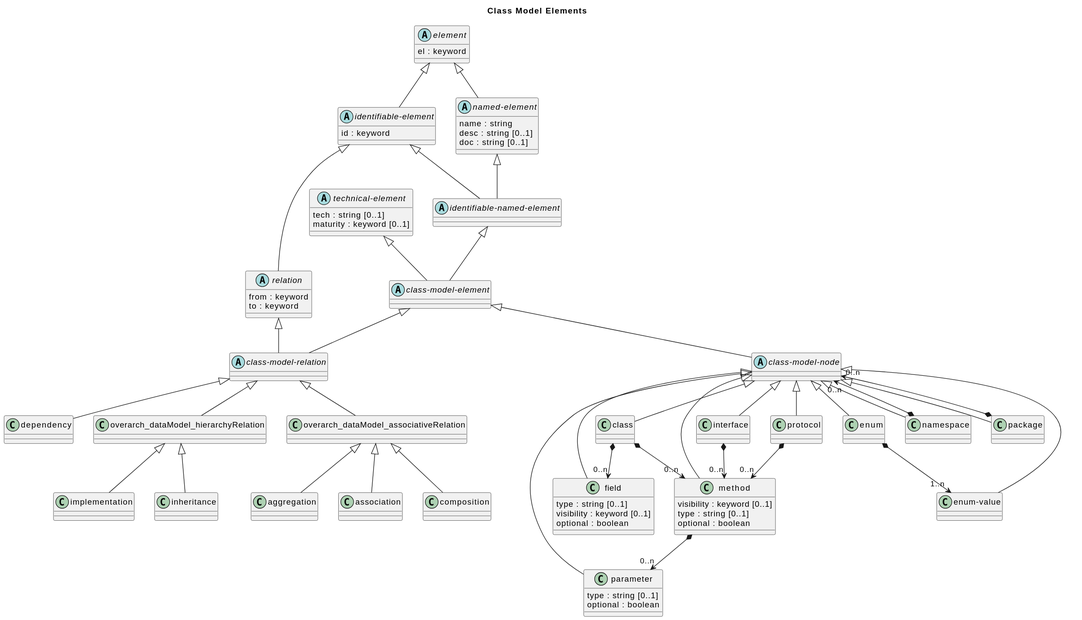
The PlantUML diagram doc/images/overarch/data-model/code-model-elements.svg in soulspace-org/overarch, before a commit. Source of this version:
```plantuml
@startuml
title Class Model Elements

class "aggregation" as overarch_dataModel_aggregation {}
abstract class "identifiable-named-element" as overarch_dataModel_identifiableNamedElement {}
abstract class "class-model-relation" as overarch_dataModel_classModelRelation {}
class "namespace" as overarch_dataModel_namespace {}
abstract class "element" as overarch_dataModel_element {
  el : keyword
}
class "association" as overarch_dataModel_association {}
class "parameter" as overarch_dataModel_parameter {
  type : string [0..1]
  optional : boolean
}
class "package" as overarch_dataModel_package {}
class "method" as overarch_dataModel_method {
  visibility : keyword [0..1]
  type : string [0..1]
  optional : boolean
}
abstract class "relation" as overarch_dataModel_relation {
  from : keyword
  to : keyword
}
abstract class "class-model-node" as overarch_dataModel_classModelNode {}
abstract class "named-element" as overarch_dataModel_namedElement {
  name : string
  desc : string [0..1]
  doc : string [0..1]
}
abstract class "class-model-element" as overarch_dataModel_classModelElement {}
abstract class "identifiable-element" as overarch_dataModel_identifiableElement {
  id : keyword
}
class "enum-value" as overarch_dataModel_enumValue {}
class "dependency" as overarch_dataModel_dependency {}
class "composition" as overarch_dataModel_composition {}
class "implementation" as overarch_dataModel_implementation {}
abstract class "technical-element" as overarch_dataModel_technicalElement {
  tech : string [0..1]
  maturity : keyword [0..1]
}
class "inheritance" as overarch_dataModel_inheritance {}
class "interface" as overarch_dataModel_interface {}
class "protocol" as overarch_dataModel_protocol {}
class "enum" as overarch_dataModel_enum {}
class "class" as overarch_dataModel_class {}
class "field" as overarch_dataModel_field {
  type : string [0..1]
  visibility : keyword [0..1]
  optional : boolean
}
overarch_dataModel_element <|-- overarch_dataModel_identifiableElement
overarch_dataModel_element <|-- overarch_dataModel_namedElement
overarch_dataModel_identifiableElement <|-- overarch_dataModel_identifiableNamedElement
overarch_dataModel_namedElement <|-- overarch_dataModel_identifiableNamedElement
overarch_dataModel_identifiableElement <|-- overarch_dataModel_relation
overarch_dataModel_identifiableNamedElement <|-- overarch_dataModel_classModelElement
overarch_dataModel_technicalElement <|-- overarch_dataModel_classModelElement
overarch_dataModel_classModelElement <|-- overarch_dataModel_classModelNode
overarch_dataModel_classModelElement <|-- overarch_dataModel_classModelRelation
overarch_dataModel_relation <|-- overarch_dataModel_classModelRelation
overarch_dataModel_classModelNode <|-- overarch_dataModel_package
overarch_dataModel_package *-->  "0..n" overarch_dataModel_classModelNode
overarch_dataModel_classModelNode <|-- overarch_dataModel_namespace
overarch_dataModel_namespace *-->  "0..n" overarch_dataModel_classModelNode
overarch_dataModel_classModelNode <|-- overarch_dataModel_interface
overarch_dataModel_interface *-->  "0..n" overarch_dataModel_method
overarch_dataModel_classModelNode <|-- overarch_dataModel_protocol
overarch_dataModel_protocol *-->  "0..n" overarch_dataModel_method
overarch_dataModel_classModelNode <|-- overarch_dataModel_class
overarch_dataModel_classModelNode <|-- overarch_dataModel_field
overarch_dataModel_class *-->  "0..n" overarch_dataModel_field
overarch_dataModel_classModelNode <|-- overarch_dataModel_method
overarch_dataModel_class *-->  "0..n" overarch_dataModel_method
overarch_dataModel_classModelNode <|-- overarch_dataModel_parameter
overarch_dataModel_method *-->  "0..n" overarch_dataModel_parameter
overarch_dataModel_classModelNode <|-- overarch_dataModel_enum
overarch_dataModel_enum *-->  "1..n" overarch_dataModel_enumValue
overarch_dataModel_classModelNode <|-- overarch_dataModel_enumValue
overarch_dataModel_classModelRelation <|-- overarch_dataModel_hierarchyRelation
overarch_dataModel_classModelRelation <|-- overarch_dataModel_associativeRelation
overarch_dataModel_hierarchyRelation <|-- overarch_dataModel_implementation
overarch_dataModel_hierarchyRelation <|-- overarch_dataModel_inheritance
overarch_dataModel_associativeRelation <|-- overarch_dataModel_composition
overarch_dataModel_associativeRelation <|-- overarch_dataModel_aggregation
overarch_dataModel_associativeRelation <|-- overarch_dataModel_association
overarch_dataModel_classModelRelation <|-- overarch_dataModel_dependency
@enduml
```
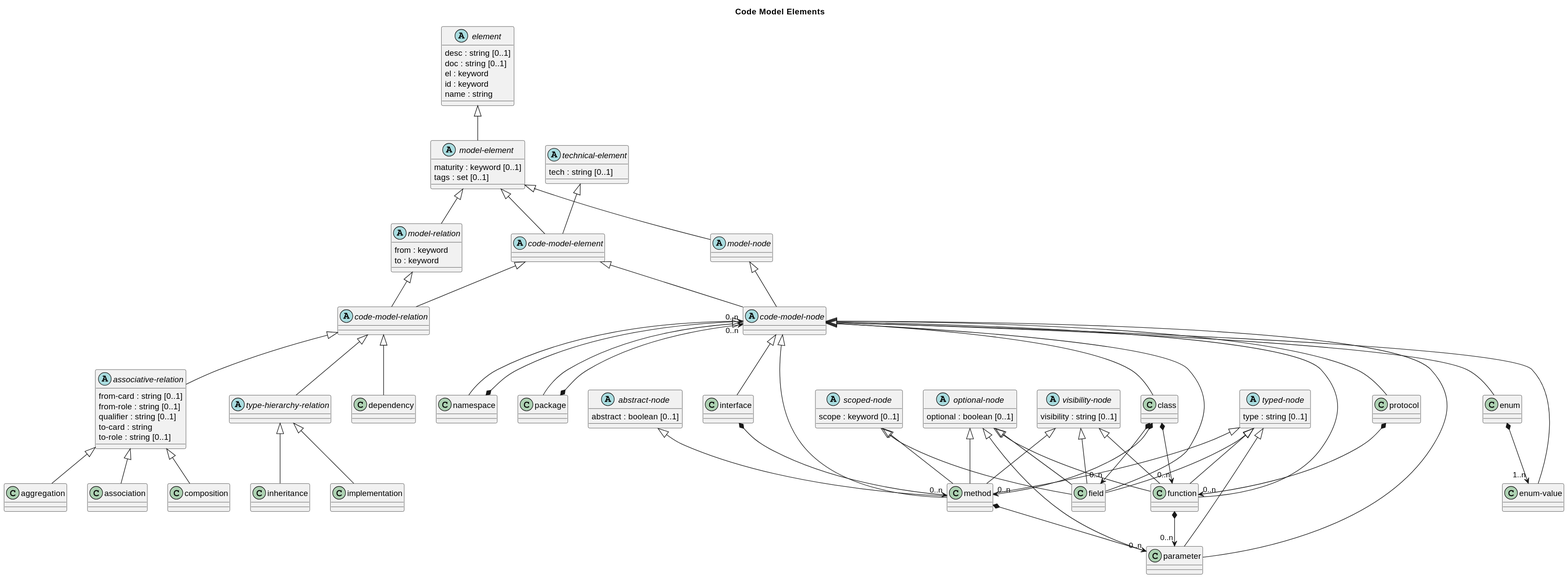
Later version of the same file.

Commit message:
updated data-model diagrams

What changed in the source:
```diff
@@ -1,90 +1,118 @@
 @startuml
-title Class Model Elements
+title Code Model Elements
 
 class "aggregation" as overarch_dataModel_aggregation {}
-abstract class "identifiable-named-element" as overarch_dataModel_identifiableNamedElement {}
-abstract class "class-model-relation" as overarch_dataModel_classModelRelation {}
+abstract class "technical-element" as overarch_dataModel_technicalElement {
+  tech : string [0..1]
+}
+class "method" as overarch_dataModel_method {}
+abstract class "type-hierarchy-relation" as overarch_dataModel_typeHierarchyRelation {}
+class "enum-value" as overarch_dataModel_enumValue {}
+class "field" as overarch_dataModel_field {}
+class "inheritance" as overarch_dataModel_inheritance {}
+abstract class "element" as overarch_dataModel_element {
+  desc : string [0..1]
+  doc : string [0..1]
+  el : keyword
+  id : keyword
+  name : string
+}
+class "function" as overarch_dataModel_function {}
+class "parameter" as overarch_dataModel_parameter {}
 class "namespace" as overarch_dataModel_namespace {}
-abstract class "element" as overarch_dataModel_element {
-  el : keyword
+class "association" as overarch_dataModel_association {}
+abstract class "visibility-node" as overarch_dataModel_visibilityNode {
+  visibility : string [0..1]
 }
-class "association" as overarch_dataModel_association {}
-class "parameter" as overarch_dataModel_parameter {
-  type : string [0..1]
-  optional : boolean
+abstract class "abstract-node" as overarch_dataModel_abstractNode {
+  abstract : boolean [0..1]
+}
+abstract class "scoped-node" as overarch_dataModel_scopedNode {
+  scope : keyword [0..1]
+}
+class "interface" as overarch_dataModel_interface {}
+abstract class "optional-node" as overarch_dataModel_optionalNode {
+  optional : boolean [0..1]
 }
 class "package" as overarch_dataModel_package {}
-class "method" as overarch_dataModel_method {
-  visibility : keyword [0..1]
-  type : string [0..1]
-  optional : boolean
-}
-abstract class "relation" as overarch_dataModel_relation {
+abstract class "model-node" as overarch_dataModel_modelNode {}
+class "enum" as overarch_dataModel_enum {}
+abstract class "model-relation" as overarch_dataModel_modelRelation {
   from : keyword
   to : keyword
 }
-abstract class "class-model-node" as overarch_dataModel_classModelNode {}
-abstract class "named-element" as overarch_dataModel_namedElement {
-  name : string
-  desc : string [0..1]
-  doc : string [0..1]
+abstract class "associative-relation" as overarch_dataModel_associativeRelation {
+  from-card : string [0..1]
+  from-role : string [0..1]
+  qualifier : string [0..1]
+  to-card : string
+  to-role : string [0..1]
 }
-abstract class "class-model-element" as overarch_dataModel_classModelElement {}
-abstract class "identifiable-element" as overarch_dataModel_identifiableElement {
-  id : keyword
+abstract class "code-model-relation" as overarch_dataModel_codeModelRelation {}
+class "composition" as overarch_dataModel_composition {}
+abstract class "code-model-node" as overarch_dataModel_codeModelNode {}
+abstract class "model-element" as overarch_dataModel_modelElement {
+  maturity : keyword [0..1]
+  tags : set [0..1]
 }
-class "enum-value" as overarch_dataModel_enumValue {}
+class "class" as overarch_dataModel_class {}
+abstract class "typed-node" as overarch_dataModel_typedNode {
+  type : string [0..1]
+}
+class "implementation" as overarch_dataModel_implementation {}
 class "dependency" as overarch_dataModel_dependency {}
-class "composition" as overarch_dataModel_composition {}
-class "implementation" as overarch_dataModel_implementation {}
-abstract class "technical-element" as overarch_dataModel_technicalElement {
-  tech : string [0..1]
-  maturity : keyword [0..1]
-}
-class "inheritance" as overarch_dataModel_inheritance {}
-class "interface" as overarch_dataModel_interface {}
 class "protocol" as overarch_dataModel_protocol {}
-class "enum" as overarch_dataModel_enum {}
-class "class" as overarch_dataModel_class {}
-class "field" as overarch_dataModel_field {
-  type : string [0..1]
-  visibility : keyword [0..1]
-  optional : boolean
-}
-overarch_dataModel_element <|-- overarch_dataModel_identifiableElement
-overarch_dataModel_element <|-- overarch_dataModel_namedElement
-overarch_dataModel_identifiableElement <|-- overarch_dataModel_identifiableNamedElement
-overarch_dataModel_namedElement <|-- overarch_dataModel_identifiableNamedElement
-overarch_dataModel_identifiableElement <|-- overarch_dataModel_relation
-overarch_dataModel_identifiableNamedElement <|-- overarch_dataModel_classModelElement
-overarch_dataModel_technicalElement <|-- overarch_dataModel_classModelElement
-overarch_dataModel_classModelElement <|-- overarch_dataModel_classModelNode
-overarch_dataModel_classModelElement <|-- overarch_dataModel_classModelRelation
-overarch_dataModel_relation <|-- overarch_dataModel_classModelRelation
-overarch_dataModel_classModelNode <|-- overarch_dataModel_package
-overarch_dataModel_package *-->  "0..n" overarch_dataModel_classModelNode
-overarch_dataModel_classModelNode <|-- overarch_dataModel_namespace
-overarch_dataModel_namespace *-->  "0..n" overarch_dataModel_classModelNode
-overarch_dataModel_classModelNode <|-- overarch_dataModel_interface
+abstract class "code-model-element" as overarch_dataModel_codeModelElement {}
+overarch_dataModel_optionalNode <|-- overarch_dataModel_field
+overarch_dataModel_codeModelNode <|-- overarch_dataModel_class
+overarch_dataModel_namespace *-->  "0..n" overarch_dataModel_codeModelNode
+overarch_dataModel_technicalElement <|-- overarch_dataModel_codeModelElement
+overarch_dataModel_class *-->  "0..n" overarch_dataModel_function
+overarch_dataModel_codeModelNode <|-- overarch_dataModel_enumValue
+overarch_dataModel_codeModelNode <|-- overarch_dataModel_method
+overarch_dataModel_codeModelNode <|-- overarch_dataModel_interface
+overarch_dataModel_typedNode <|-- overarch_dataModel_function
+overarch_dataModel_element <|-- overarch_dataModel_modelElement
+overarch_dataModel_typedNode <|-- overarch_dataModel_field
 overarch_dataModel_interface *-->  "0..n" overarch_dataModel_method
-overarch_dataModel_classModelNode <|-- overarch_dataModel_protocol
-overarch_dataModel_protocol *-->  "0..n" overarch_dataModel_method
-overarch_dataModel_classModelNode <|-- overarch_dataModel_class
-overarch_dataModel_classModelNode <|-- overarch_dataModel_field
+overarch_dataModel_codeModelNode <|-- overarch_dataModel_enum
+overarch_dataModel_class *-->  "0..n" overarch_dataModel_method
+overarch_dataModel_modelElement <|-- overarch_dataModel_modelNode
+overarch_dataModel_modelNode <|-- overarch_dataModel_codeModelNode
+overarch_dataModel_codeModelRelation <|-- overarch_dataModel_dependency
+overarch_dataModel_codeModelNode <|-- overarch_dataModel_parameter
+overarch_dataModel_package *-->  "0..n" overarch_dataModel_codeModelNode
+overarch_dataModel_typeHierarchyRelation <|-- overarch_dataModel_implementation
+overarch_dataModel_codeModelRelation <|-- overarch_dataModel_associativeRelation
+overarch_dataModel_modelElement <|-- overarch_dataModel_modelRelation
+overarch_dataModel_codeModelElement <|-- overarch_dataModel_codeModelNode
+overarch_dataModel_codeModelNode <|-- overarch_dataModel_package
+overarch_dataModel_codeModelNode <|-- overarch_dataModel_field
+overarch_dataModel_codeModelNode <|-- overarch_dataModel_function
+overarch_dataModel_abstractNode <|-- overarch_dataModel_method
+overarch_dataModel_optionalNode <|-- overarch_dataModel_function
+overarch_dataModel_codeModelElement <|-- overarch_dataModel_codeModelRelation
+overarch_dataModel_protocol *-->  "0..n" overarch_dataModel_function
+overarch_dataModel_typedNode <|-- overarch_dataModel_parameter
+overarch_dataModel_typeHierarchyRelation <|-- overarch_dataModel_inheritance
+overarch_dataModel_codeModelNode <|-- overarch_dataModel_namespace
+overarch_dataModel_codeModelNode <|-- overarch_dataModel_protocol
+overarch_dataModel_codeModelRelation <|-- overarch_dataModel_typeHierarchyRelation
+overarch_dataModel_visibilityNode <|-- overarch_dataModel_field
+overarch_dataModel_visibilityNode <|-- overarch_dataModel_method
+overarch_dataModel_associativeRelation <|-- overarch_dataModel_association
 overarch_dataModel_class *-->  "0..n" overarch_dataModel_field
-overarch_dataModel_classModelNode <|-- overarch_dataModel_method
-overarch_dataModel_class *-->  "0..n" overarch_dataModel_method
-overarch_dataModel_classModelNode <|-- overarch_dataModel_parameter
+overarch_dataModel_enum *-->  "1..n" overarch_dataModel_enumValue
+overarch_dataModel_associativeRelation <|-- overarch_dataModel_aggregation
 overarch_dataModel_method *-->  "0..n" overarch_dataModel_parameter
-overarch_dataModel_classModelNode <|-- overarch_dataModel_enum
-overarch_dataModel_enum *-->  "1..n" overarch_dataModel_enumValue
-overarch_dataModel_classModelNode <|-- overarch_dataModel_enumValue
-overarch_dataModel_classModelRelation <|-- overarch_dataModel_hierarchyRelation
-overarch_dataModel_classModelRelation <|-- overarch_dataModel_associativeRelation
-overarch_dataModel_hierarchyRelation <|-- overarch_dataModel_implementation
-overarch_dataModel_hierarchyRelation <|-- overarch_dataModel_inheritance
+overarch_dataModel_scopedNode <|-- overarch_dataModel_method
 overarch_dataModel_associativeRelation <|-- overarch_dataModel_composition
-overarch_dataModel_associativeRelation <|-- overarch_dataModel_aggregation
-overarch_dataModel_associativeRelation <|-- overarch_dataModel_association
-overarch_dataModel_classModelRelation <|-- overarch_dataModel_dependency
+overarch_dataModel_optionalNode <|-- overarch_dataModel_parameter
+overarch_dataModel_optionalNode <|-- overarch_dataModel_method
+overarch_dataModel_typedNode <|-- overarch_dataModel_method
+overarch_dataModel_modelRelation <|-- overarch_dataModel_codeModelRelation
+overarch_dataModel_modelElement <|-- overarch_dataModel_codeModelElement
+overarch_dataModel_function *-->  "0..n" overarch_dataModel_parameter
+overarch_dataModel_visibilityNode <|-- overarch_dataModel_function
+overarch_dataModel_scopedNode <|-- overarch_dataModel_field
 @enduml
```
